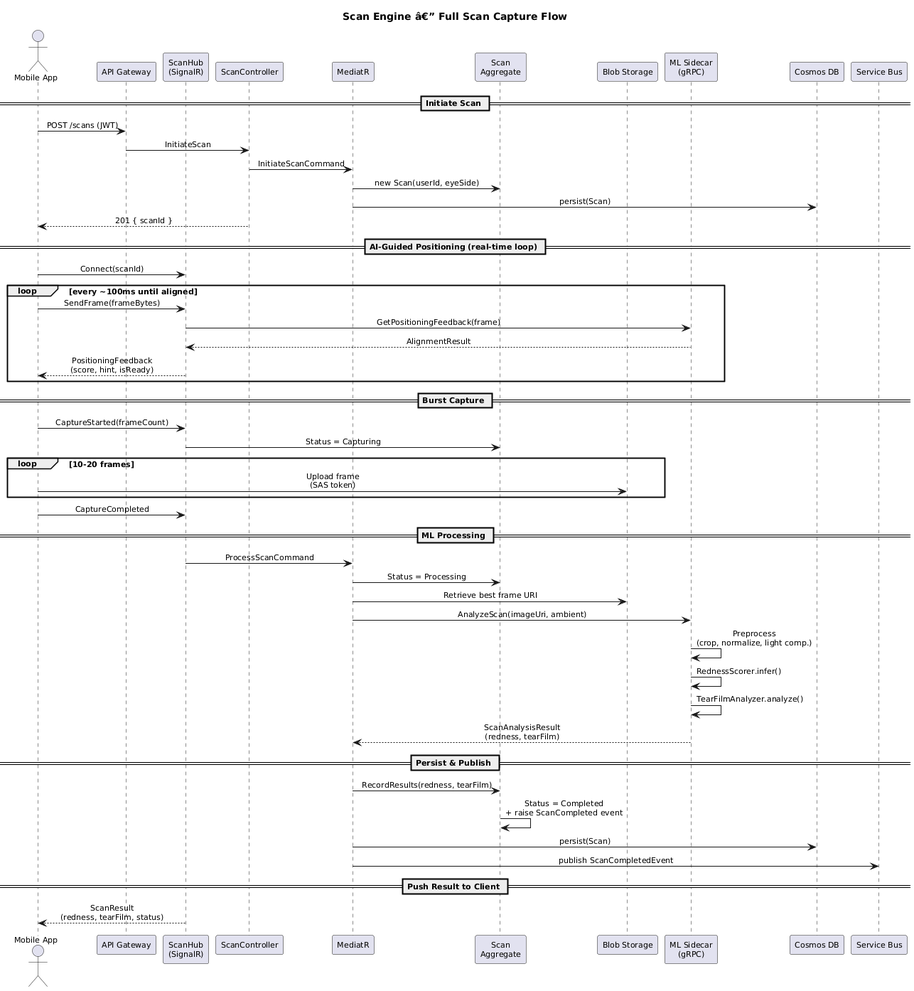
This is docs/detailed-design/02-scan-engine/seq-scan-capture.png from QuinntyneBrown/ClearEyeQ, a PlantUML export, as it was before one commit. Source of this version:
```plantuml
@startuml
title Scan Engine â€” Full Scan Capture Flow

skinparam defaultFontSize 11
skinparam sequenceMessageAlign center

actor "Mobile App" as App
participant "API Gateway" as GW
participant "ScanHub\n(SignalR)" as Hub
participant "ScanController" as API
participant "MediatR" as Med
participant "Scan\nAggregate" as Scan
participant "Blob Storage" as Blob
participant "ML Sidecar\n(gRPC)" as ML
participant "Cosmos DB" as DB
participant "Service Bus" as Bus

== Initiate Scan ==
App -> GW : POST /scans (JWT)
GW -> API : InitiateScan
API -> Med : InitiateScanCommand
Med -> Scan : new Scan(userId, eyeSide)
Med -> DB : persist(Scan)
API --> App : 201 { scanId }

== AI-Guided Positioning (real-time loop) ==
App -> Hub : Connect(scanId)
loop every ~100ms until aligned
    App -> Hub : SendFrame(frameBytes)
    Hub -> ML : GetPositioningFeedback(frame)
    ML --> Hub : AlignmentResult
    Hub --> App : PositioningFeedback\n(score, hint, isReady)
end

== Burst Capture ==
App -> Hub : CaptureStarted(frameCount)
Hub -> Scan : Status = Capturing
loop 10-20 frames
    App -> Blob : Upload frame\n(SAS token)
end
App -> Hub : CaptureCompleted

== ML Processing ==
Hub -> Med : ProcessScanCommand
Med -> Scan : Status = Processing
Med -> Blob : Retrieve best frame URI
Med -> ML : AnalyzeScan(imageUri, ambient)
ML -> ML : Preprocess\n(crop, normalize, light comp.)
ML -> ML : RednessScorer.infer()
ML -> ML : TearFilmAnalyzer.analyze()
ML --> Med : ScanAnalysisResult\n(redness, tearFilm)

== Persist & Publish ==
Med -> Scan : RecordResults(redness, tearFilm)
Scan -> Scan : Status = Completed\n+ raise ScanCompleted event
Med -> DB : persist(Scan)
Med -> Bus : publish ScanCompletedEvent

== Push Result to Client ==
Hub --> App : ScanResult\n(redness, tearFilm, status)
@enduml
```
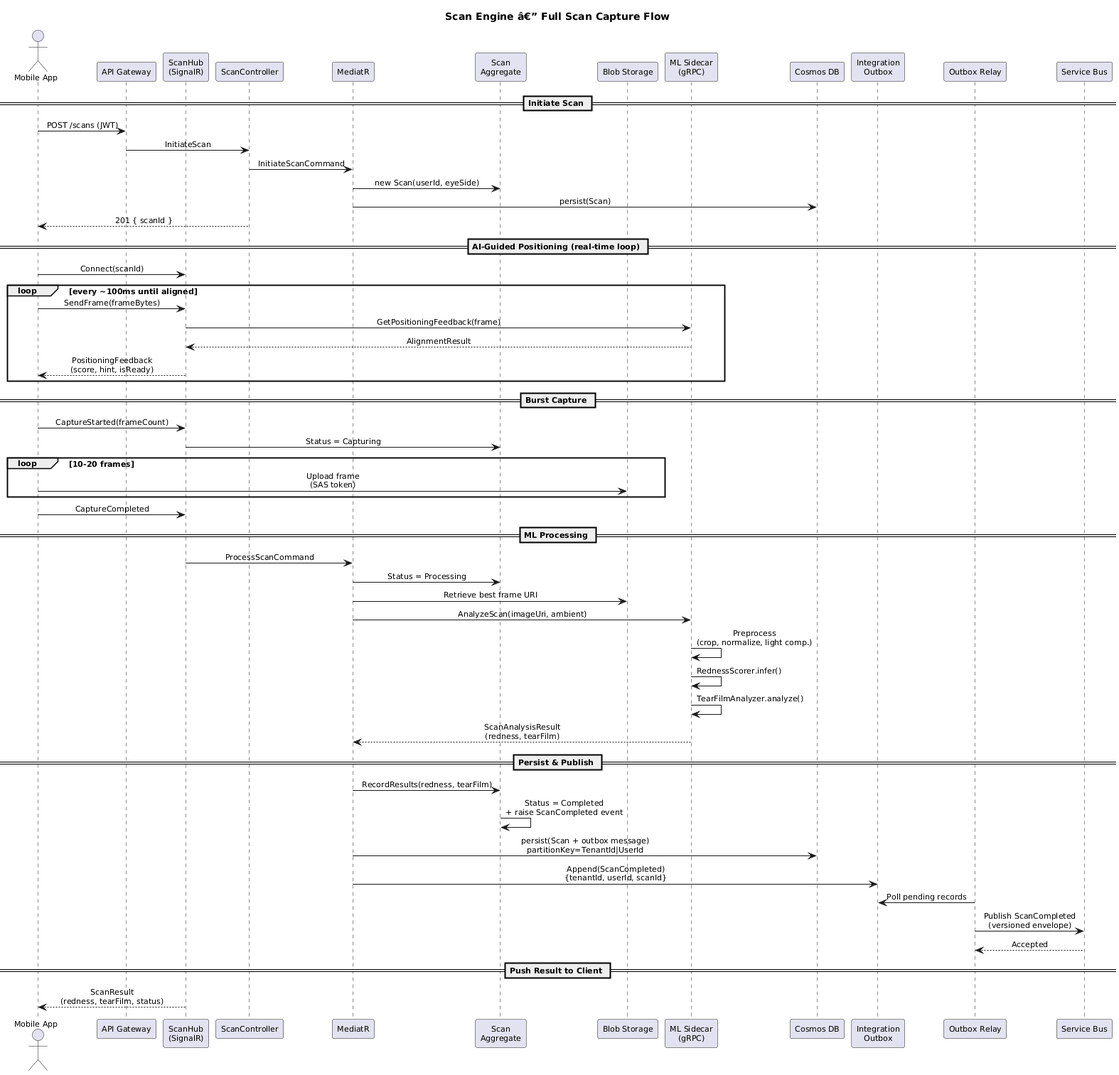
The same file after the commit.

Change to the diagram source:
```diff
@@ -13,6 +13,8 @@
 participant "Blob Storage" as Blob
 participant "ML Sidecar\n(gRPC)" as ML
 participant "Cosmos DB" as DB
+participant "Integration\nOutbox" as Outbox
+participant "Outbox Relay" as Relay
 participant "Service Bus" as Bus
 
 == Initiate Scan ==
@@ -53,8 +55,11 @@
 == Persist & Publish ==
 Med -> Scan : RecordResults(redness, tearFilm)
 Scan -> Scan : Status = Completed\n+ raise ScanCompleted event
-Med -> DB : persist(Scan)
-Med -> Bus : publish ScanCompletedEvent
+Med -> DB : persist(Scan + outbox message)\npartitionKey=TenantId|UserId
+Med -> Outbox : Append(ScanCompleted)\n{tenantId, userId, scanId}
+Relay -> Outbox : Poll pending records
+Relay -> Bus : Publish ScanCompleted\n(versioned envelope)
+Bus --> Relay : Accepted
 
 == Push Result to Client ==
 Hub --> App : ScanResult\n(redness, tearFilm, status)
```
